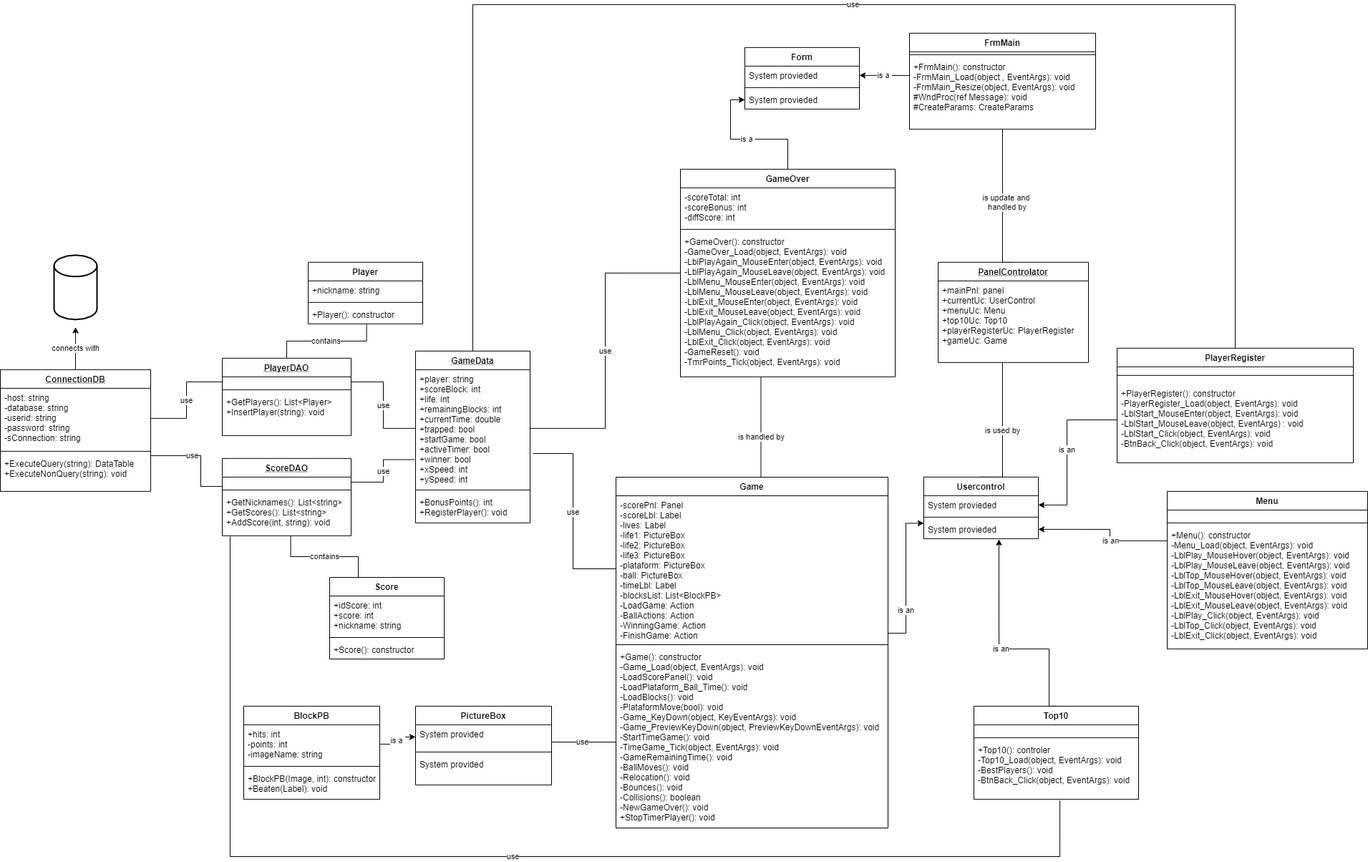
00258219/LosJajant_Arkanoid keeps this draw.io diagram as Documentacion/Diagrama de Clases.png. Above is the earlier version. Source tidied: cells renumbered, new cells last; positions are measured from the earlier drawing's top-left corner, leaving out a move shared by most shapes.
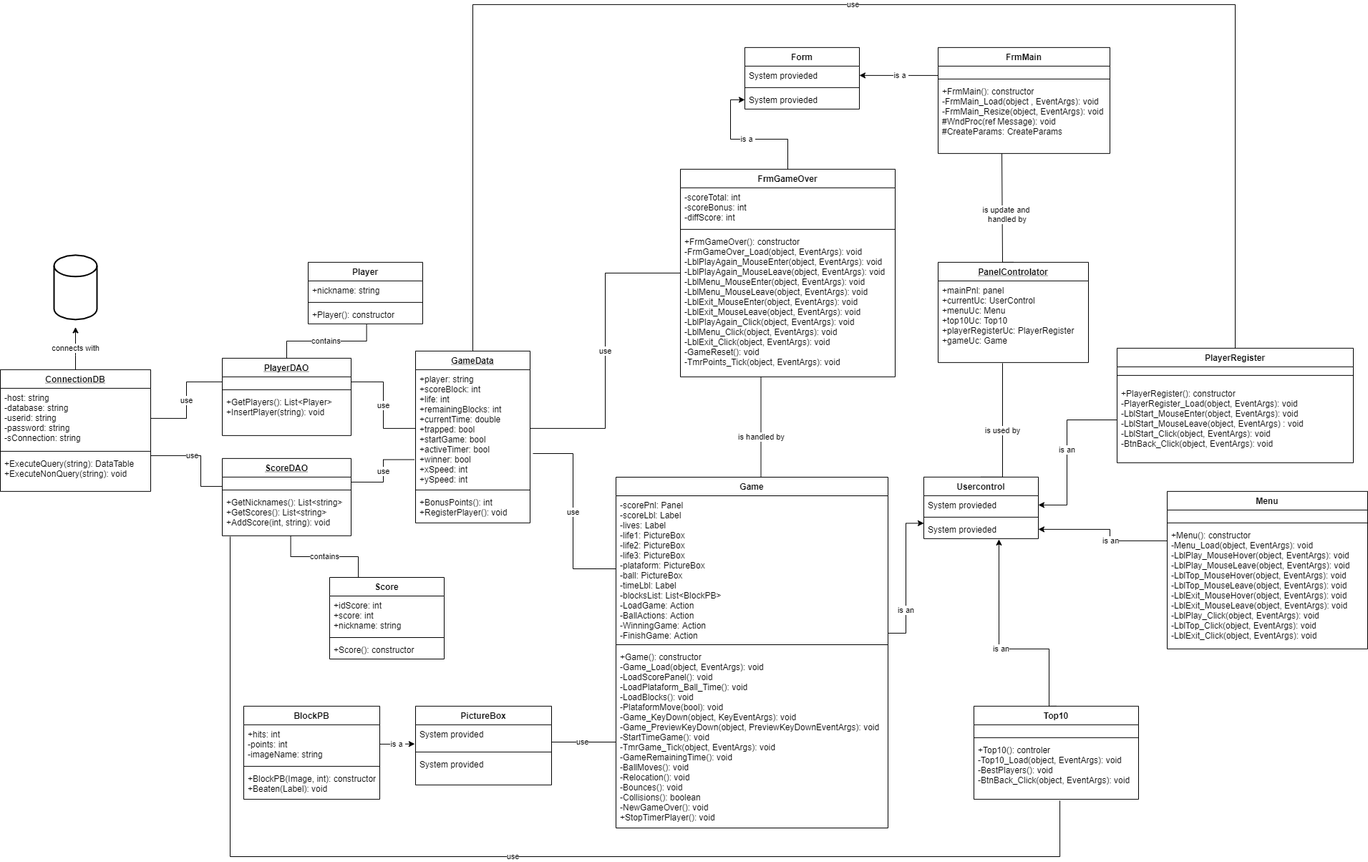
After the commit.

Commit message:
Modify: Diagrama de Clases

What changed in the source:
```diff
@@ -13,7 +13,7 @@
         </Array>
       </mxGeometry>
     </mxCell>
-    <mxCell id="4" value="is update and&lt;br&gt;&amp;nbsp;handled by" style="edgeStyle=orthogonalEdgeStyle;rounded=0;jettySize=auto;html=1;exitX=0.5;exitY=0;exitDx=0;exitDy=0;entryX=0.5;entryY=1;entryDx=0;entryDy=0;fontColor=#000000;startArrow=none;startFill=0;endArrow=none;endFill=0;" parent="1" edge="1" source="47" target="36">
+    <mxCell id="4" value="is update and&lt;br&gt;&amp;nbsp;handled by" style="edgeStyle=orthogonalEdgeStyle;rounded=0;jettySize=auto;html=1;exitX=0.5;exitY=0;exitDx=0;exitDy=0;entryX=0.371;entryY=1;entryDx=0;entryDy=0;fontColor=#000000;startArrow=none;startFill=0;endArrow=none;endFill=0;entryPerimeter=0;" parent="1" edge="1" source="47" target="38">
       <mxGeometry x="-0.02" y="-5" relative="1" as="geometry">
         <Array as="points">
           <mxPoint x="1400" y="360" />
@@ -98,11 +98,10 @@
     <mxCell id="16" value="contains" style="edgeStyle=orthogonalEdgeStyle;rounded=0;jettySize=auto;html=1;exitX=0.25;exitY=0;exitDx=0;exitDy=0;entryX=0.531;entryY=1;entryDx=0;entryDy=0;entryPerimeter=0;startArrow=none;startFill=0;endArrow=none;endFill=0;fontColor=#000000;" parent="1" edge="1" source="69" target="56">
       <mxGeometry relative="1" as="geometry" />
     </mxCell>
-    <mxCell id="17" value="is a&amp;nbsp;" style="edgeStyle=orthogonalEdgeStyle;rounded=0;jettySize=auto;html=1;exitX=1;exitY=0.5;exitDx=0;exitDy=0;entryX=0;entryY=0.251;entryDx=0;entryDy=0;entryPerimeter=0;startArrow=classic;startFill=1;endArrow=none;endFill=0;" parent="1" edge="1" source="40" target="38">
+    <mxCell id="17" value="is a&amp;nbsp;" style="edgeStyle=orthogonalEdgeStyle;rounded=0;jettySize=auto;html=1;exitX=1;exitY=0.5;exitDx=0;exitDy=0;entryX=0;entryY=0.5;entryDx=0;entryDy=0;startArrow=classic;startFill=1;endArrow=none;endFill=0;" parent="1" edge="1" source="40" target="89">
       <mxGeometry relative="1" as="geometry">
         <Array as="points">
-          <mxPoint x="1235" y="98" />
-          <mxPoint x="1235" y="99" />
+          <mxPoint x="1310" y="99" />
         </Array>
       </mxGeometry>
     </mxCell>
@@ -136,9 +135,21 @@
         </Array>
       </mxGeometry>
     </mxCell>
-    <mxCell id="24" value="is a&amp;nbsp;" style="edgeStyle=orthogonalEdgeStyle;rounded=0;jettySize=auto;html=1;exitX=1;exitY=0.5;exitDx=0;exitDy=0;entryX=0;entryY=0.5;entryDx=0;entryDy=0;" parent="1" edge="1" source="82" target="86">
+    <mxCell id="24" value="is a&amp;nbsp;" style="edgeStyle=orthogonalEdgeStyle;rounded=0;jettySize=auto;html=1;exitX=1;exitY=0.5;exitDx=0;exitDy=0;entryX=-0.006;entryY=0.788;entryDx=0;entryDy=0;entryPerimeter=0;" parent="1" edge="1" source="82" target="86">
       <mxGeometry relative="1" as="geometry" />
     </mxCell>
+    <mxCell id="36" value="FrmMain" style="swimlane;fontStyle=1;align=center;verticalAlign=top;horizontal=1;startSize=26;" parent="1" vertex="1">
+      <mxGeometry x="1310" y="59.9" width="240" height="148" as="geometry" />
+    </mxCell>
+    <mxCell id="89" value="  " style="text;strokeColor=none;fillColor=none;align=left;verticalAlign=top;spacingLeft=4;spacingRight=4;overflow=hidden;points=[[0,0.5],[1,0.5]];portConstraint=eastwest;" parent="36" vertex="1">
+      <mxGeometry y="26" width="240" height="14" as="geometry" />
+    </mxCell>
+    <mxCell id="90" style="line;strokeWidth=1;fillColor=none;align=left;verticalAlign=middle;spacingTop=-1;spacingLeft=3;spacingRight=3;labelPosition=right;" parent="36" vertex="1">
+      <mxGeometry y="40" width="240" height="8" as="geometry" />
+    </mxCell>
+    <mxCell id="38" value="+FrmMain(): constructor&#10;-FrmMain_Load(object , EventArgs): void&#10;-FrmMain_Resize(object, EventArgs): void&#10;#WndProc(ref Message): void&#10;#CreateParams: CreateParams&#10;&#10;" style="text;strokeColor=none;fillColor=none;align=left;verticalAlign=top;spacingLeft=4;spacingRight=4;overflow=hidden;points=[[0,0.5],[1,0.5]];portConstraint=eastwest;" parent="36" vertex="1">
+      <mxGeometry y="48" width="240" height="100" as="geometry" />
+    </mxCell>
     <mxCell id="25" value="Usercontrol" style="swimlane;fontStyle=1;align=center;verticalAlign=top;horizontal=1;startSize=26;fontColor=#000000;" parent="1" vertex="1">
       <mxGeometry x="1290" y="659.9" width="160" height="86" as="geometry" />
     </mxCell>
@@ -172,15 +183,6 @@
     <mxCell id="35" value="+Menu(): constructor&#10;-Menu_Load(object, EventArgs): void&#10;-LblPlay_MouseHover(object, EventArgs): void&#10;-LblPlay_MouseLeave(object, EventArgs): void&#10;-LblTop_MouseHover(object, EventArgs): void&#10;-LblTop_MouseLeave(object, EventArgs): void&#10;-LblExit_MouseHover(object, EventArgs): void&#10;-LblExit_MouseLeave(object, EventArgs): void&#10;-LblPlay_Click(object, EventArgs): void&#10;-LblTop_Click(object, EventArgs): void&#10;-LblExit_Click(object, EventArgs): void" style="text;strokeColor=none;fillColor=none;align=left;verticalAlign=top;spacingLeft=4;spacingRight=4;overflow=hidden;" parent="32" vertex="1">
       <mxGeometry y="48" width="280" height="172" as="geometry" />
     </mxCell>
-    <mxCell id="36" value="FrmMain" style="swimlane;fontStyle=1;align=center;verticalAlign=top;horizontal=1;startSize=26;" parent="1" vertex="1">
-      <mxGeometry x="1270" y="39.9" width="260" height="134" as="geometry" />
-    </mxCell>
-    <mxCell id="37" style="line;strokeWidth=1;fillColor=none;align=left;verticalAlign=middle;spacingTop=-1;spacingLeft=3;spacingRight=3;labelPosition=right;" parent="36" vertex="1">
-      <mxGeometry y="26" width="260" height="8" as="geometry" />
-    </mxCell>
-    <mxCell id="38" value="+FrmMain(): constructor&#10;-FrmMain_Load(object , EventArgs): void&#10;-FrmMain_Resize(object, EventArgs): void&#10;#WndProc(ref Message): void&#10;#CreateParams: CreateParams&#10;&#10;" style="text;strokeColor=none;fillColor=none;align=left;verticalAlign=top;spacingLeft=4;spacingRight=4;overflow=hidden;points=[[0,0.5],[1,0.5]];portConstraint=eastwest;fontColor=#000000;" parent="36" vertex="1">
-      <mxGeometry y="34" width="260" height="100" as="geometry" />
-    </mxCell>
     <mxCell id="39" value="Form" style="swimlane;fontStyle=1;align=center;verticalAlign=top;horizontal=1;startSize=26;" parent="1" vertex="1">
       <mxGeometry x="1040" y="59.9" width="160" height="86" as="geometry" />
     </mxCell>
@@ -193,7 +195,7 @@
     <mxCell id="42" value="System provieded" style="text;strokeColor=none;fillColor=none;align=left;verticalAlign=top;spacingLeft=4;spacingRight=4;overflow=hidden;points=[[0,0.5],[1,0.5]];portConstraint=eastwest;" parent="39" vertex="1">
       <mxGeometry y="60" width="160" height="26" as="geometry" />
     </mxCell>
-    <mxCell id="43" value="GameOver" style="swimlane;fontStyle=1;align=center;verticalAlign=top;horizontal=1;startSize=26;fontColor=#000000;" parent="1" vertex="1">
+    <mxCell id="43" value="FrmGameOver" style="swimlane;fontStyle=1;align=center;verticalAlign=top;horizontal=1;startSize=26;fontColor=#000000;" parent="1" vertex="1">
       <mxGeometry x="950" y="229.9" width="300" height="290" as="geometry" />
     </mxCell>
     <mxCell id="44" value="-scoreTotal: int&#10;-scoreBonus: int&#10;-diffScore: int&#10;" style="text;strokeColor=none;fillColor=none;align=left;verticalAlign=top;spacingLeft=4;spacingRight=4;overflow=hidden;" parent="43" vertex="1">
@@ -202,7 +204,7 @@
     <mxCell id="45" style="line;strokeWidth=1;fillColor=none;align=left;verticalAlign=middle;spacingTop=-1;spacingLeft=3;spacingRight=3;labelPosition=right;" parent="43" vertex="1">
       <mxGeometry y="80" width="300" height="8" as="geometry" />
     </mxCell>
-    <mxCell id="46" value="+GameOver(): constructor&#10;-GameOver_Load(object, EventArgs): void&#10;-LblPlayAgain_MouseEnter(object, EventArgs): void&#10;-LblPlayAgain_MouseLeave(object, EventArgs): void&#10;-LblMenu_MouseEnter(object, EventArgs): void&#10;-LblMenu_MouseLeave(object, EventArgs): void&#10;-LblExit_MouseEnter(object, EventArgs): void&#10;-LblExit_MouseLeave(object, EventArgs): void&#10;-LblPlayAgain_Click(object, EventArgs): void&#10;-LblMenu_Click(object, EventArgs): void&#10;-LblExit_Click(object, EventArgs): void&#10;-GameReset(): void&#10;-TmrPoints_Tick(object, EventArgs): void&#10;" style="text;strokeColor=none;fillColor=none;align=left;verticalAlign=top;spacingLeft=4;spacingRight=4;overflow=hidden;points=[[0,0.5],[1,0.5]];portConstraint=eastwest;" parent="43" vertex="1">
+    <mxCell id="46" value="+FrmGameOver(): constructor&#10;-FrmGameOver_Load(object, EventArgs): void&#10;-LblPlayAgain_MouseEnter(object, EventArgs): void&#10;-LblPlayAgain_MouseLeave(object, EventArgs): void&#10;-LblMenu_MouseEnter(object, EventArgs): void&#10;-LblMenu_MouseLeave(object, EventArgs): void&#10;-LblExit_MouseEnter(object, EventArgs): void&#10;-LblExit_MouseLeave(object, EventArgs): void&#10;-LblPlayAgain_Click(object, EventArgs): void&#10;-LblMenu_Click(object, EventArgs): void&#10;-LblExit_Click(object, EventArgs): void&#10;-GameReset(): void&#10;-TmrPoints_Tick(object, EventArgs): void&#10;" style="text;strokeColor=none;fillColor=none;align=left;verticalAlign=top;spacingLeft=4;spacingRight=4;overflow=hidden;points=[[0,0.5],[1,0.5]];portConstraint=eastwest;" parent="43" vertex="1">
       <mxGeometry y="88" width="300" height="202" as="geometry" />
     </mxCell>
     <mxCell id="47" value="PanelControlator" style="swimlane;fontStyle=5;align=center;verticalAlign=top;horizontal=1;startSize=26;fontColor=#000000;" parent="1" vertex="1">
@@ -304,7 +306,7 @@
     <mxCell id="79" style="line;strokeWidth=1;fillColor=none;align=left;verticalAlign=middle;spacingTop=-1;spacingLeft=3;spacingRight=3;labelPosition=right;" parent="77" vertex="1">
       <mxGeometry y="230" width="380" height="8" as="geometry" />
     </mxCell>
-    <mxCell id="80" value="+Game(): constructor&#10;-Game_Load(object, EventArgs): void&#10;-LoadScorePanel(): void&#10;-LoadPlataform_Ball_Time(): void&#10;-LoadBlocks(): void&#10;-PlataformMove(bool): void&#10;-Game_KeyDown(object, KeyEventArgs): void&#10;-Game_PreviewKeyDown(object, PreviewKeyDownEventArgs): void&#10;-StartTimeGame(): void&#10;-TimeGame_Tick(object, EventArgs): void&#10;-GameRemainingTime(): void&#10;-BallMoves(): void&#10;-Relocation(): void&#10;-Bounces(): void&#10;-Collisions(): boolean&#10;-NewGameOver(): void&#10;+StopTimerPlayer(): void&#10;&#10;&#10;&#10;&#10;&#10;" style="text;strokeColor=none;fillColor=none;align=left;verticalAlign=top;spacingLeft=4;spacingRight=4;overflow=hidden;points=[[0,0.5],[1,0.5]];portConstraint=eastwest;" parent="77" vertex="1">
+    <mxCell id="80" value="+Game(): constructor&#10;-Game_Load(object, EventArgs): void&#10;-LoadScorePanel(): void&#10;-LoadPlataform_Ball_Time(): void&#10;-LoadBlocks(): void&#10;-PlataformMove(bool): void&#10;-Game_KeyDown(object, KeyEventArgs): void&#10;-Game_PreviewKeyDown(object, PreviewKeyDownEventArgs): void&#10;-StartTimeGame(): void&#10;-TmrGame_Tick(object, EventArgs): void&#10;-GameRemainingTime(): void&#10;-BallMoves(): void&#10;-Relocation(): void&#10;-Bounces(): void&#10;-Collisions(): boolean&#10;-NewGameOver(): void&#10;+StopTimerPlayer(): void&#10;&#10;&#10;&#10;&#10;&#10;" style="text;strokeColor=none;fillColor=none;align=left;verticalAlign=top;spacingLeft=4;spacingRight=4;overflow=hidden;points=[[0,0.5],[1,0.5]];portConstraint=eastwest;" parent="77" vertex="1">
       <mxGeometry y="238" width="380" height="252" as="geometry" />
     </mxCell>
     <mxCell id="81" value="BlockPB" style="swimlane;fontStyle=1;align=center;verticalAlign=top;horizontal=1;startSize=26;fontColor=#000000;" parent="1" vertex="1">
```
